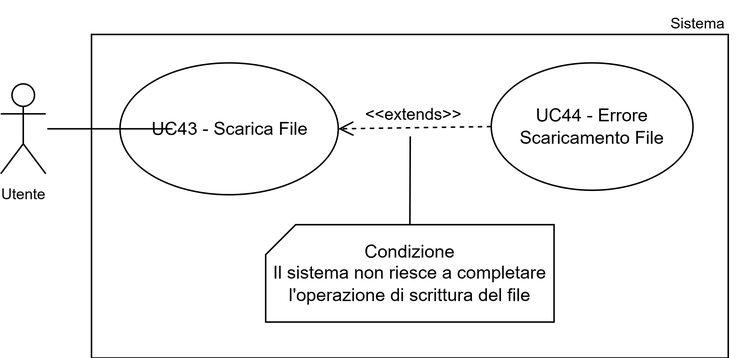
The draw.io diagram assets/uml/UC43.png in 7-ZPUs/Docs, before a commit. Source tidied: cells renumbered, new cells last; positions are measured from the earlier drawing's top-left corner, leaving out a move shared by most shapes.
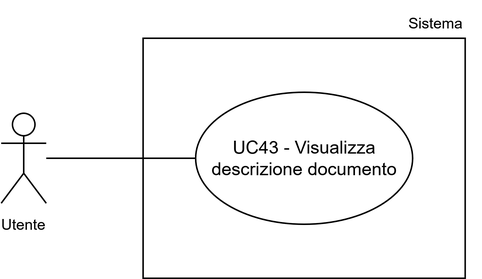
Above is the later version.

Change to the diagram source:
```diff
@@ -3,36 +3,21 @@
     <mxCell id="0" />
     <mxCell id="1" parent="0" />
     <mxCell id="2" style="whiteSpace=wrap;html=1;" parent="1" vertex="1">
-      <mxGeometry x="60.5" y="22.5" width="424.5" height="216" as="geometry" />
+      <mxGeometry x="-620.2" y="-1135" width="214.5" height="160" as="geometry" />
     </mxCell>
-    <mxCell id="3" value="&lt;div&gt;UC43 - Scarica File&lt;br/&gt;&lt;/div&gt;" style="ellipse;whiteSpace=wrap;html=1;" parent="1" vertex="1">
-      <mxGeometry x="79.5" y="41.5" width="145.5" height="88" as="geometry" />
+    <mxCell id="3" value="UC43 - Visualizza descrizione documento" style="ellipse;whiteSpace=wrap;html=1;" parent="1" vertex="1">
+      <mxGeometry x="-585.2" y="-1099" width="144.5" height="88" as="geometry" />
     </mxCell>
     <mxCell id="4" value="&lt;font style=&quot;font-size: 10px;&quot;&gt;Utente&lt;/font&gt;" style="shape=umlActor;verticalLabelPosition=bottom;verticalAlign=top;html=1;" parent="1" vertex="1">
-      <mxGeometry y="55.5" width="30" height="60" as="geometry" />
+      <mxGeometry x="-714.7" y="-1085" width="30" height="60" as="geometry" />
     </mxCell>
-    <mxCell id="5" style="endArrow=none;html=1;rounded=0;entryX=0;entryY=0.5;entryDx=0;entryDy=0;" parent="1" edge="1">
-      <mxGeometry relative="1" as="geometry">
-        <mxPoint x="31" y="85.5" as="sourcePoint" />
-        <mxPoint x="114.5" y="85.5" as="targetPoint" />
-      </mxGeometry>
+    <mxCell id="5" value="Sistema" style="text;html=1;whiteSpace=wrap;strokeColor=none;fillColor=none;align=center;verticalAlign=middle;rounded=0;fontSize=10;" parent="1" vertex="1">
+      <mxGeometry x="-454.7" y="-1160" width="60" height="30" as="geometry" />
     </mxCell>
-    <mxCell id="6" value="UC44 - Errore Scaricamento File" style="ellipse;whiteSpace=wrap;html=1;" parent="1" vertex="1">
-      <mxGeometry x="327" y="41.5" width="134.5" height="85" as="geometry" />
+    <mxCell id="6" style="endArrow=none;html=1;rounded=0;entryX=0;entryY=0.5;entryDx=0;entryDy=0;" parent="1" edge="1" target="3">
+      <mxGeometry relative="1" as="geometry">
+        <mxPoint x="-684.7" y="-1055" as="sourcePoint" />
+      </mxGeometry>
     </mxCell>
-    <mxCell id="7" value="&amp;lt;&amp;lt;extends&amp;gt;&amp;gt;" style="html=1;verticalAlign=bottom;endArrow=open;dashed=1;endSize=8;curved=0;rounded=0;endFill=0;exitX=0;exitY=0.5;exitDx=0;exitDy=0;" parent="1" edge="1" source="6" target="3">
-      <mxGeometry relative="1" as="geometry" />
-    </mxCell>
-    <mxCell id="8" value="Condizione&lt;div&gt;Il sistema non riesce a completare l'operazione di scrittura del file&lt;/div&gt;" style="shape=card;whiteSpace=wrap;html=1;size=20;" parent="1" vertex="1">
-      <mxGeometry x="176.6" y="149.5" width="192.2" height="65" as="geometry" />
-    </mxCell>
-    <mxCell id="9" style="endArrow=none;startArrow=none;html=1;rounded=0;entryX=0.5;entryY=0;entryDx=0;entryDy=0;entryPerimeter=0;startFill=0;endFill=0;" parent="1" edge="1" target="8">
-      <mxGeometry relative="1" as="geometry">
-        <mxPoint x="273" y="90.5" as="sourcePoint" />
-      </mxGeometry>
-    </mxCell>
-    <mxCell id="10" value="Sistema" style="text;html=1;whiteSpace=wrap;strokeColor=none;fillColor=none;align=center;verticalAlign=middle;rounded=0;fontSize=10;" parent="1" vertex="1">
-      <mxGeometry x="435" width="60" height="30" as="geometry" />
-    </mxCell>
   </root>
 </mxGraphModel>
```
